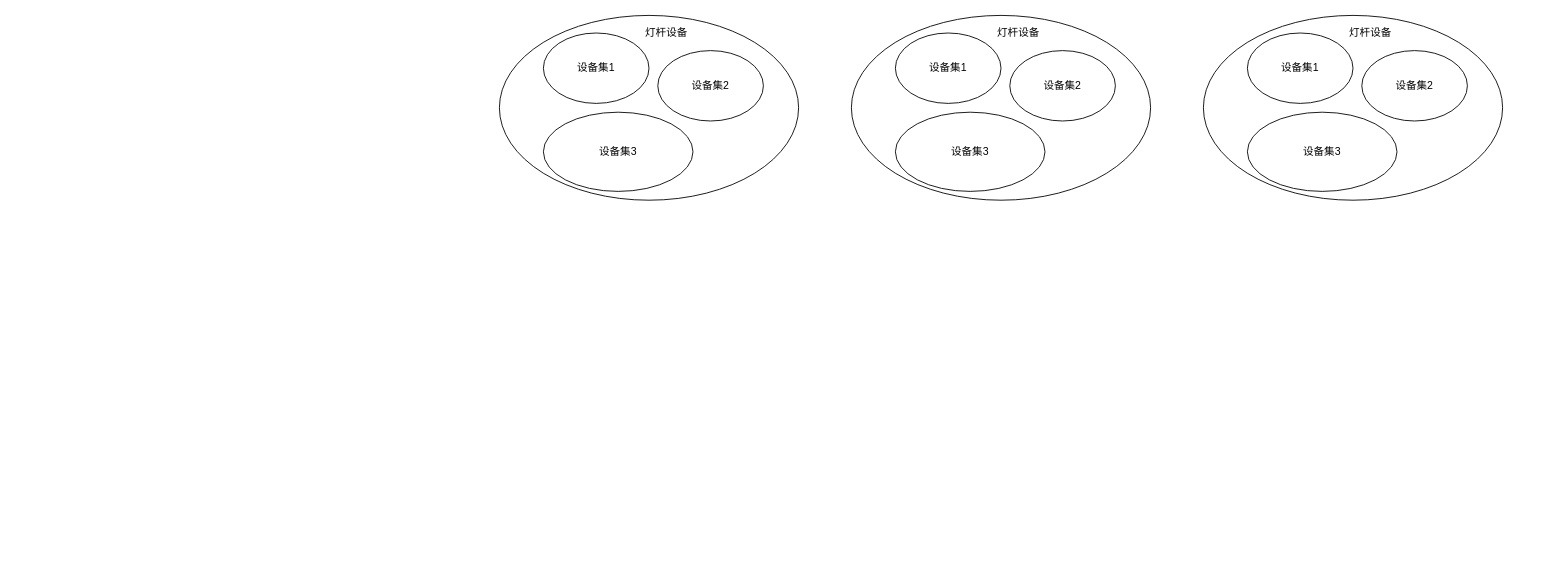
The draw.io diagram draw.io/统一身份认证中心.drawio in beabetterman/MyLearn, before the edit. Source tidied: cells renumbered, new cells numbered last; positions are measured from the earlier drawing's top-left corner, leaving out a move shared by most shapes. Both pictures are drawn from the tidied source at 88%, with x=0, y=0 at pixel (499, 15).
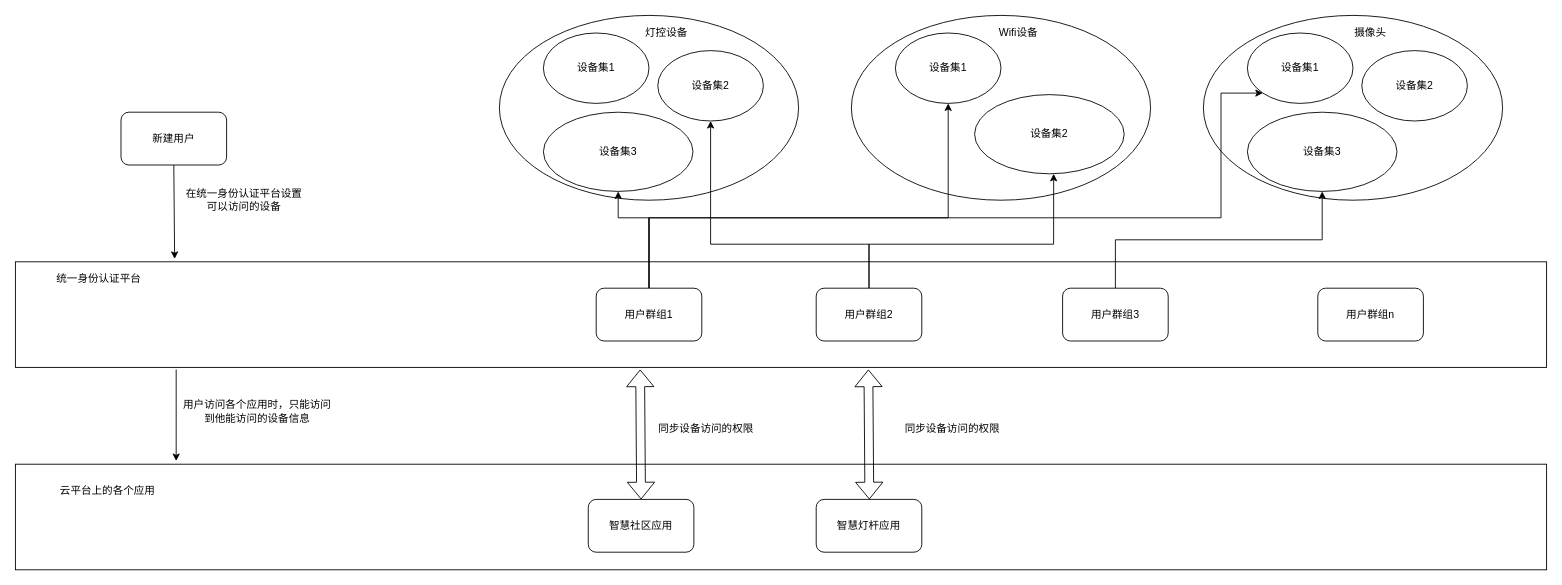
The same diagram, later.

Commit message (it also covers changes not shown here):
Update 统一身份认证中心.drawio

The change refers to these unchanged cells:
```xml
<mxCell id="4" value="设备集2" style="ellipse;whiteSpace=wrap;html=1;" parent="1" vertex="1">
  <mxGeometry x="180" y="40" width="120" height="80" as="geometry" />
</mxCell>
<mxCell id="5" value="设备集3" style="ellipse;whiteSpace=wrap;html=1;" parent="1" vertex="1">
  <mxGeometry x="50" y="110" width="170" height="90" as="geometry" />
</mxCell>
<mxCell id="7" style="ellipse;whiteSpace=wrap;html=1;" parent="1" vertex="1">
  <mxGeometry x="400" width="340" height="210" as="geometry" />
</mxCell>
<mxCell id="8" value="设备集1" style="ellipse;whiteSpace=wrap;html=1;" parent="1" vertex="1">
  <mxGeometry x="450" y="20" width="120" height="80" as="geometry" />
</mxCell>
<mxCell id="13" value="设备集1" style="ellipse;whiteSpace=wrap;html=1;" parent="1" vertex="1">
  <mxGeometry x="850" y="20" width="120" height="80" as="geometry" />
</mxCell>
<mxCell id="15" value="设备集3" style="ellipse;whiteSpace=wrap;html=1;" parent="1" vertex="1">
  <mxGeometry x="850" y="110" width="170" height="90" as="geometry" />
</mxCell>
```

What changed in the source:
```diff
@@
-    <mxCell id="6" value="灯杆设备" style="text;html=1;strokeColor=none;fillColor=none;align=center;verticalAlign=middle;whiteSpace=wrap;rounded=0;" parent="1" vertex="1">
+    <mxCell id="6" value="灯控设备" style="text;html=1;strokeColor=none;fillColor=none;align=center;verticalAlign=middle;whiteSpace=wrap;rounded=0;" parent="1" vertex="1">
       <mxGeometry x="160" y="10" width="60" height="20" as="geometry" />
     </mxCell>
@@
     <mxCell id="9" value="设备集2" style="ellipse;whiteSpace=wrap;html=1;" parent="1" vertex="1">
-      <mxGeometry x="580" y="40" width="120" height="80" as="geometry" />
+      <mxGeometry x="540" y="90" width="170" height="90" as="geometry" />
     </mxCell>
-    <mxCell id="10" value="设备集3" style="ellipse;whiteSpace=wrap;html=1;" parent="1" vertex="1">
-      <mxGeometry x="450" y="110" width="170" height="90" as="geometry" />
-    </mxCell>
-    <mxCell id="11" value="灯杆设备" style="text;html=1;strokeColor=none;fillColor=none;align=center;verticalAlign=middle;whiteSpace=wrap;rounded=0;" parent="1" vertex="1">
+    <mxCell id="11" value="Wifi设备" style="text;html=1;strokeColor=none;fillColor=none;align=center;verticalAlign=middle;whiteSpace=wrap;rounded=0;" parent="1" vertex="1">
       <mxGeometry x="560" y="10" width="60" height="20" as="geometry" />
     </mxCell>
@@
-    <mxCell id="16" value="灯杆设备" style="text;html=1;strokeColor=none;fillColor=none;align=center;verticalAlign=middle;whiteSpace=wrap;rounded=0;" parent="1" vertex="1">
+    <mxCell id="16" value="摄像头" style="text;html=1;strokeColor=none;fillColor=none;align=center;verticalAlign=middle;whiteSpace=wrap;rounded=0;" parent="1" vertex="1">
       <mxGeometry x="960" y="10" width="60" height="20" as="geometry" />
     </mxCell>
+    <mxCell id="17" style="rounded=0;whiteSpace=wrap;html=1;" parent="1" vertex="1">
+      <mxGeometry x="-550" y="280" width="1740" height="120" as="geometry" />
+    </mxCell>
+    <mxCell id="18" style="edgeStyle=orthogonalEdgeStyle;rounded=0;jettySize=auto;html=1;exitX=0.5;exitY=0;exitDx=0;exitDy=0;" parent="1" edge="1" source="21" target="5">
+      <mxGeometry relative="1" as="geometry">
+        <Array as="points">
+          <mxPoint x="170" y="230" />
+          <mxPoint x="135" y="230" />
+        </Array>
+      </mxGeometry>
+    </mxCell>
+    <mxCell id="19" style="edgeStyle=orthogonalEdgeStyle;rounded=0;jettySize=auto;html=1;exitX=0.5;exitY=0;exitDx=0;exitDy=0;entryX=0.5;entryY=1;entryDx=0;entryDy=0;" parent="1" edge="1" source="21" target="8">
+      <mxGeometry relative="1" as="geometry">
+        <Array as="points">
+          <mxPoint x="170" y="230" />
+          <mxPoint x="510" y="230" />
+        </Array>
+      </mxGeometry>
+    </mxCell>
+    <mxCell id="20" style="edgeStyle=orthogonalEdgeStyle;rounded=0;jettySize=auto;html=1;exitX=0.5;exitY=0;exitDx=0;exitDy=0;entryX=0;entryY=1;entryDx=0;entryDy=0;" parent="1" edge="1" source="21" target="13">
+      <mxGeometry relative="1" as="geometry">
+        <Array as="points">
+          <mxPoint x="170" y="230" />
+          <mxPoint x="820" y="230" />
+          <mxPoint x="820" y="88" />
+        </Array>
+      </mxGeometry>
+    </mxCell>
+    <mxCell id="21" value="用户群组1" style="rounded=1;whiteSpace=wrap;html=1;" parent="1" vertex="1">
+      <mxGeometry x="110" y="310" width="120" height="60" as="geometry" />
+    </mxCell>
+    <mxCell id="22" style="edgeStyle=orthogonalEdgeStyle;rounded=0;jettySize=auto;html=1;exitX=0.5;exitY=0;exitDx=0;exitDy=0;" parent="1" edge="1" source="24" target="4">
+      <mxGeometry relative="1" as="geometry">
+        <Array as="points">
+          <mxPoint x="420" y="260" />
+          <mxPoint x="240" y="260" />
+        </Array>
+      </mxGeometry>
+    </mxCell>
+    <mxCell id="23" style="edgeStyle=orthogonalEdgeStyle;rounded=0;jettySize=auto;html=1;exitX=0.5;exitY=0;exitDx=0;exitDy=0;entryX=0.676;entryY=0.857;entryDx=0;entryDy=0;entryPerimeter=0;" parent="1" edge="1" source="24" target="7">
+      <mxGeometry relative="1" as="geometry" />
+    </mxCell>
+    <mxCell id="24" value="用户群组2" style="rounded=1;whiteSpace=wrap;html=1;" parent="1" vertex="1">
+      <mxGeometry x="360" y="310" width="120" height="60" as="geometry" />
+    </mxCell>
+    <mxCell id="25" style="edgeStyle=orthogonalEdgeStyle;rounded=0;jettySize=auto;html=1;exitX=0.5;exitY=0;exitDx=0;exitDy=0;entryX=0.5;entryY=1;entryDx=0;entryDy=0;" parent="1" edge="1" source="26" target="15">
+      <mxGeometry relative="1" as="geometry" />
+    </mxCell>
+    <mxCell id="26" value="用户群组3" style="rounded=1;whiteSpace=wrap;html=1;" parent="1" vertex="1">
+      <mxGeometry x="640" y="310" width="120" height="60" as="geometry" />
+    </mxCell>
+    <mxCell id="27" value="用户群组n" style="rounded=1;whiteSpace=wrap;html=1;" parent="1" vertex="1">
+      <mxGeometry x="930" y="310" width="120" height="60" as="geometry" />
+    </mxCell>
+    <mxCell id="28" style="rounded=0;whiteSpace=wrap;html=1;" parent="1" vertex="1">
+      <mxGeometry x="-550" y="510" width="1740" height="120" as="geometry" />
+    </mxCell>
+    <mxCell id="29" style="shape=flexArrow;endArrow=classic;startArrow=classic;html=1;entryX=0.408;entryY=1.02;entryDx=0;entryDy=0;entryPerimeter=0;exitX=0.5;exitY=0;exitDx=0;exitDy=0;" parent="1" edge="1" source="30" target="17">
+      <mxGeometry relative="1" as="geometry" />
+    </mxCell>
+    <mxCell id="30" value="智慧社区应用" style="rounded=1;whiteSpace=wrap;html=1;" parent="1" vertex="1">
+      <mxGeometry x="101" y="550" width="120" height="60" as="geometry" />
+    </mxCell>
+    <mxCell id="31" value="智慧灯杆应用" style="rounded=1;whiteSpace=wrap;html=1;" parent="1" vertex="1">
+      <mxGeometry x="360" y="550" width="120" height="60" as="geometry" />
+    </mxCell>
+    <mxCell id="32" style="shape=flexArrow;endArrow=classic;startArrow=classic;html=1;entryX=0.408;entryY=1.02;entryDx=0;entryDy=0;entryPerimeter=0;exitX=0.5;exitY=0;exitDx=0;exitDy=0;" parent="1" edge="1">
+      <mxGeometry relative="1" as="geometry">
+        <mxPoint x="420.4" y="550" as="sourcePoint" />
+        <mxPoint x="419.3" y="402.4" as="targetPoint" />
+      </mxGeometry>
+    </mxCell>
+    <mxCell id="33" value="同步设备访问的权限" style="text;html=1;strokeColor=none;fillColor=none;align=center;verticalAlign=middle;whiteSpace=wrap;rounded=0;" parent="1" vertex="1">
+      <mxGeometry x="170" y="460" width="130" height="20" as="geometry" />
+    </mxCell>
+    <mxCell id="34" value="同步设备访问的权限" style="text;html=1;strokeColor=none;fillColor=none;align=center;verticalAlign=middle;whiteSpace=wrap;rounded=0;" parent="1" vertex="1">
+      <mxGeometry x="450" y="460" width="130" height="20" as="geometry" />
+    </mxCell>
+    <mxCell id="35" value="新建用户" style="rounded=1;whiteSpace=wrap;html=1;" parent="1" vertex="1">
+      <mxGeometry x="-430" y="110" width="120" height="60" as="geometry" />
+    </mxCell>
+    <mxCell id="36" style="endArrow=classic;html=1;exitX=0.5;exitY=1;exitDx=0;exitDy=0;entryX=0.104;entryY=-0.027;entryDx=0;entryDy=0;entryPerimeter=0;" parent="1" edge="1" source="35" target="17">
+      <mxGeometry relative="1" as="geometry" />
+    </mxCell>
+    <mxCell id="37" value="在统一身份认证平台设置可以访问的设备" style="text;html=1;strokeColor=none;fillColor=none;align=center;verticalAlign=middle;whiteSpace=wrap;rounded=0;" parent="1" vertex="1">
+      <mxGeometry x="-360" y="200" width="140" height="20" as="geometry" />
+    </mxCell>
+    <mxCell id="38" value="统一身份认证平台" style="text;html=1;strokeColor=none;fillColor=none;align=center;verticalAlign=middle;whiteSpace=wrap;rounded=0;" parent="1" vertex="1">
+      <mxGeometry x="-530" y="290" width="150" height="20" as="geometry" />
+    </mxCell>
+    <mxCell id="39" style="endArrow=classic;html=1;exitX=0.105;exitY=1.02;exitDx=0;exitDy=0;exitPerimeter=0;entryX=0.105;entryY=-0.03;entryDx=0;entryDy=0;entryPerimeter=0;" parent="1" edge="1" source="17" target="28">
+      <mxGeometry relative="1" as="geometry" />
+    </mxCell>
+    <mxCell id="40" value="用户访问各个应用时，只能访问到他能访问的设备信息" style="text;html=1;strokeColor=none;fillColor=none;align=center;verticalAlign=middle;whiteSpace=wrap;rounded=0;" parent="1" vertex="1">
+      <mxGeometry x="-360" y="440" width="170" height="20" as="geometry" />
+    </mxCell>
+    <mxCell id="41" value="云平台上的各个应用" style="text;html=1;strokeColor=none;fillColor=none;align=center;verticalAlign=middle;whiteSpace=wrap;rounded=0;" parent="1" vertex="1">
+      <mxGeometry x="-515" y="530" width="140" height="20" as="geometry" />
+    </mxCell>
```
